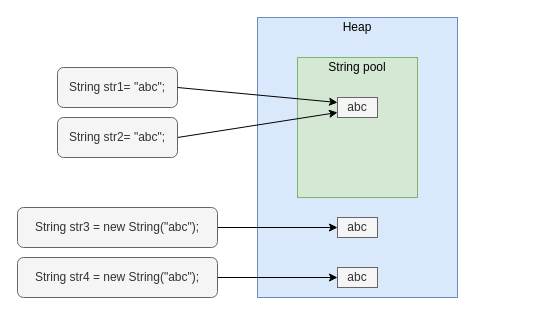
Earlier version of the draw.io diagram assets/code_by_example.drawio (huypva/code-by-example-site). Source tidied: cells renumbered, new cells numbered last; positions are measured from the earlier drawing's top-left corner, leaving out a move shared by most shapes. Both pictures are drawn from the tidied source at 100%, with x=0, y=0 at pixel (17, 17).
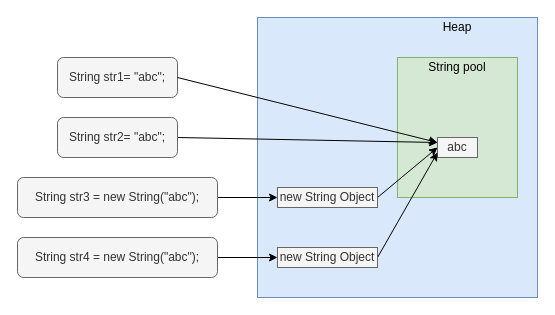
The same page after the edit.

Commit message (it also covers changes not shown here):
Update string pool

Diff of the diagram source:
```diff
@@
 <mxGraphModel>
   <root>
     <mxCell id="0" />
     <mxCell id="1" parent="0" />
     <mxCell id="2" style="rounded=0;whiteSpace=wrap;html=1;fillColor=#dae8fc;strokeColor=#6c8ebf;" parent="1" vertex="1">
-      <mxGeometry x="240" width="200" height="280" as="geometry" />
+      <mxGeometry x="240" width="280" height="280" as="geometry" />
     </mxCell>
     <mxCell id="3" value="String str1= &quot;abc&quot;;" style="rounded=1;whiteSpace=wrap;html=1;fillColor=#f5f5f5;strokeColor=#666666;fontColor=#333333;" parent="1" vertex="1">
-      <mxGeometry x="40" y="50" width="120" height="40" as="geometry" />
+      <mxGeometry x="40" y="40" width="120" height="40" as="geometry" />
     </mxCell>
     <mxCell id="4" style="rounded=0;whiteSpace=wrap;html=1;fillColor=#d5e8d4;strokeColor=#82b366;" parent="1" vertex="1">
-      <mxGeometry x="280" y="40" width="120" height="140" as="geometry" />
+      <mxGeometry x="380" y="40" width="120" height="140" as="geometry" />
     </mxCell>
-    <mxCell id="5" style="edgeStyle=none;rounded=0;jettySize=auto;html=1;exitX=1;exitY=0.5;exitDx=0;exitDy=0;entryX=0;entryY=0.75;entryDx=0;entryDy=0;" parent="1" edge="1" source="6" target="7">
+    <mxCell id="5" style="edgeStyle=none;rounded=0;jettySize=auto;html=1;exitX=1;exitY=0.5;exitDx=0;exitDy=0;entryX=0;entryY=0.25;entryDx=0;entryDy=0;" parent="1" edge="1" source="6" target="7">
       <mxGeometry relative="1" as="geometry" />
     </mxCell>
     <mxCell id="6" value="String str2= &quot;abc&quot;;" style="rounded=1;whiteSpace=wrap;html=1;fillColor=#f5f5f5;strokeColor=#666666;fontColor=#333333;" parent="1" vertex="1">
       <mxGeometry x="40" y="100" width="120" height="40" as="geometry" />
     </mxCell>
     <mxCell id="7" value="abc" style="rounded=0;whiteSpace=wrap;html=1;fillColor=#f5f5f5;strokeColor=#666666;fontColor=#333333;" parent="1" vertex="1">
-      <mxGeometry x="320" y="80" width="40" height="20" as="geometry" />
+      <mxGeometry x="420" y="120" width="40" height="20" as="geometry" />
     </mxCell>
     <mxCell id="8" style="rounded=0;jettySize=auto;html=1;exitX=1;exitY=0.5;exitDx=0;exitDy=0;entryX=0;entryY=0.25;entryDx=0;entryDy=0;" parent="1" edge="1" source="3" target="7">
       <mxGeometry relative="1" as="geometry" />
     </mxCell>
     <mxCell id="9" value="String pool" style="text;html=1;strokeColor=none;fillColor=none;align=center;verticalAlign=middle;whiteSpace=wrap;rounded=0;" parent="1" vertex="1">
-      <mxGeometry x="310" y="40" width="60" height="20" as="geometry" />
+      <mxGeometry x="410" y="40" width="60" height="20" as="geometry" />
     </mxCell>
     <mxCell id="10" value="Heap" style="text;html=1;strokeColor=none;fillColor=none;align=center;verticalAlign=middle;whiteSpace=wrap;rounded=0;" parent="1" vertex="1">
-      <mxGeometry x="320" width="40" height="20" as="geometry" />
+      <mxGeometry x="420" width="40" height="20" as="geometry" />
     </mxCell>
     <mxCell id="11" style="edgeStyle=none;rounded=0;jettySize=auto;html=1;exitX=1;exitY=0.5;exitDx=0;exitDy=0;" parent="1" edge="1" source="12" target="13">
       <mxGeometry relative="1" as="geometry" />
     </mxCell>
     <mxCell id="12" value="String str3 = new String(&quot;abc&quot;);" style="rounded=1;whiteSpace=wrap;html=1;fillColor=#f5f5f5;strokeColor=#666666;fontColor=#333333;" parent="1" vertex="1">
-      <mxGeometry y="190" width="200" height="40" as="geometry" />
+      <mxGeometry y="160" width="200" height="40" as="geometry" />
     </mxCell>
+    <mxCell id="17" style="rounded=0;jettySize=auto;html=1;exitX=1;exitY=0.5;exitDx=0;exitDy=0;entryX=0;entryY=0.5;entryDx=0;entryDy=0;" parent="1" edge="1" source="13" target="7">
+      <mxGeometry relative="1" as="geometry" />
+    </mxCell>
-    <mxCell id="13" value="abc" style="rounded=0;whiteSpace=wrap;html=1;fillColor=#f5f5f5;strokeColor=#666666;fontColor=#333333;" parent="1" vertex="1">
-      <mxGeometry x="320" y="200" width="40" height="20" as="geometry" />
+    <mxCell id="13" value="new String Object" style="rounded=0;whiteSpace=wrap;html=1;fillColor=#f5f5f5;strokeColor=#666666;fontColor=#333333;" parent="1" vertex="1">
+      <mxGeometry x="260" y="170" width="100" height="20" as="geometry" />
     </mxCell>
     <mxCell id="14" style="edgeStyle=none;rounded=0;jettySize=auto;html=1;exitX=1;exitY=0.5;exitDx=0;exitDy=0;entryX=0;entryY=0.5;entryDx=0;entryDy=0;" parent="1" edge="1" source="15" target="16">
       <mxGeometry relative="1" as="geometry" />
     </mxCell>
     <mxCell id="15" value="String str4 = new String(&quot;abc&quot;);" style="rounded=1;whiteSpace=wrap;html=1;fillColor=#f5f5f5;strokeColor=#666666;fontColor=#333333;" parent="1" vertex="1">
-      <mxGeometry y="240" width="200" height="40" as="geometry" />
+      <mxGeometry y="220" width="200" height="40" as="geometry" />
     </mxCell>
+    <mxCell id="18" style="edgeStyle=none;rounded=0;jettySize=auto;html=1;exitX=1;exitY=0.5;exitDx=0;exitDy=0;entryX=0;entryY=0.75;entryDx=0;entryDy=0;" parent="1" edge="1" source="16" target="7">
+      <mxGeometry relative="1" as="geometry" />
+    </mxCell>
-    <mxCell id="16" value="abc" style="rounded=0;whiteSpace=wrap;html=1;fillColor=#f5f5f5;strokeColor=#666666;fontColor=#333333;" parent="1" vertex="1">
-      <mxGeometry x="320" y="250" width="40" height="20" as="geometry" />
+    <mxCell id="16" value="new String Object" style="rounded=0;whiteSpace=wrap;html=1;fillColor=#f5f5f5;strokeColor=#666666;fontColor=#333333;" parent="1" vertex="1">
+      <mxGeometry x="260" y="230" width="100" height="20" as="geometry" />
     </mxCell>
   </root>
 </mxGraphModel>
```
